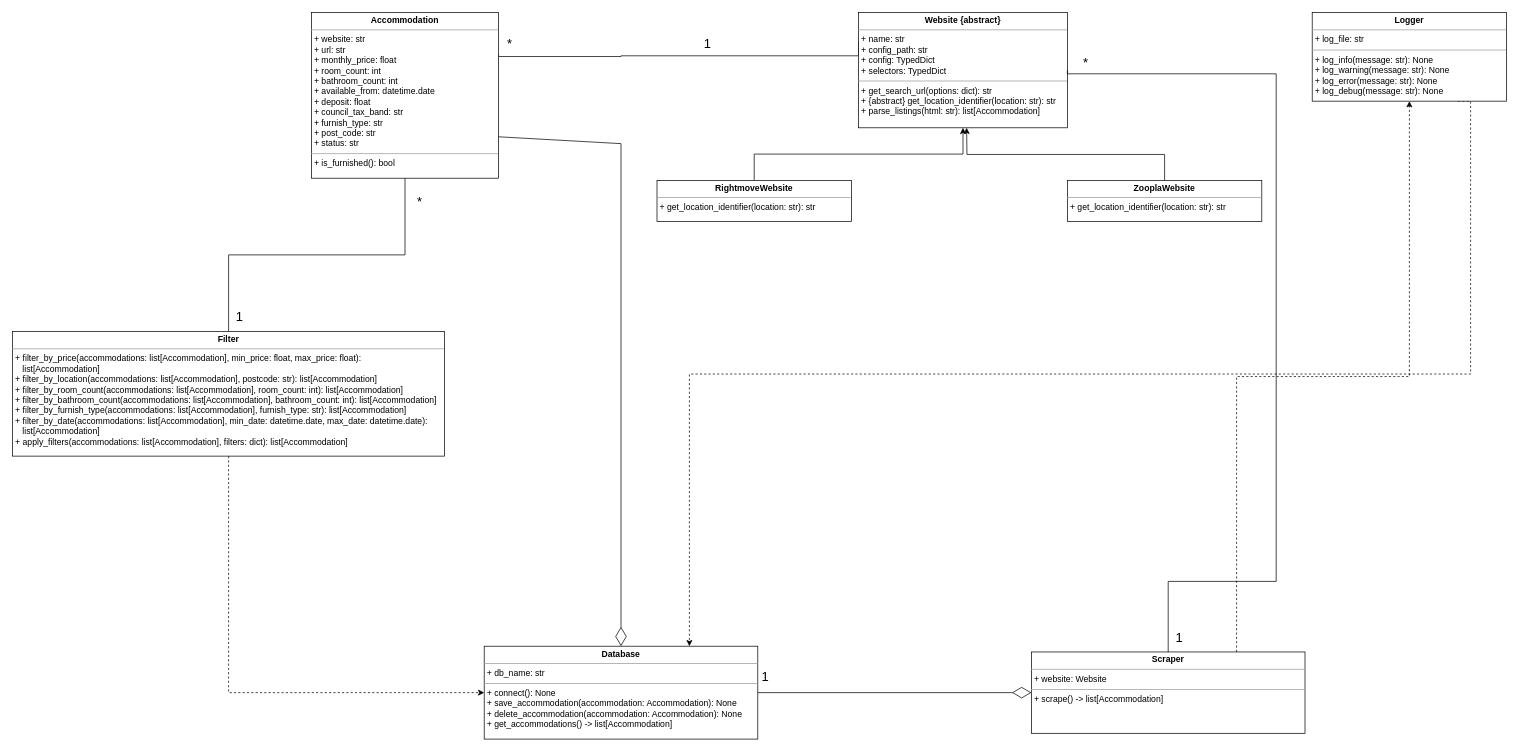
This is UML Diagram.drawio from Adam-Calleja/rightmove_web_scraper, a draw.io file, before an edit. Source tidied: cells renumbered, new cells numbered last; positions are measured from the earlier drawing's top-left corner, leaving out a move shared by most shapes. Both pictures are drawn from the tidied source at 72%, with x=0, y=0 at pixel (12, 12).
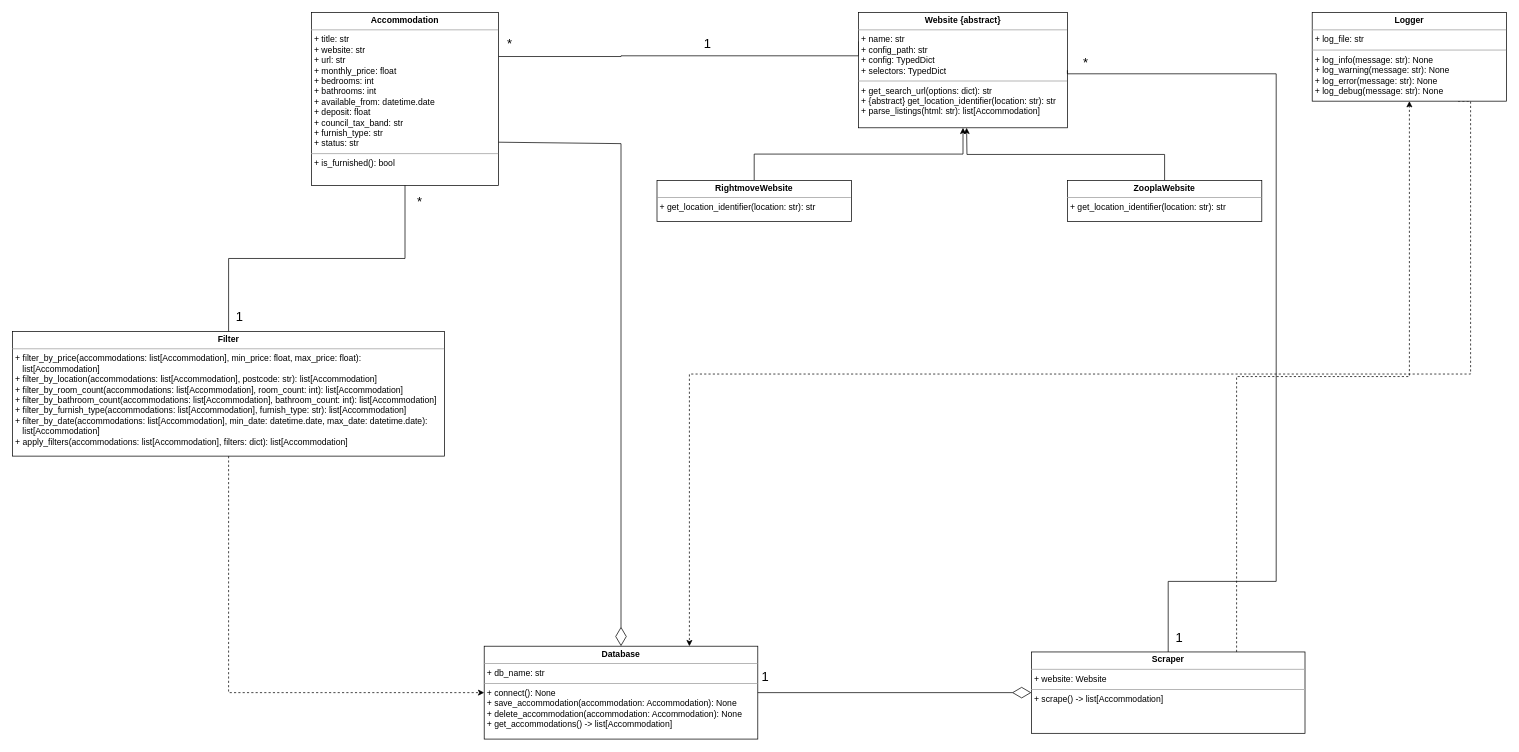
Above is the later version.

Commit message:
Modify Accommodation class design

Modified the desired attributes for the Accommodation class:
	- Added the 'title' attribute, which will contain the
	  title of the accommodation listing (most likely the
	  address).
	- Renamed the 'bedroom_count' attribute to 'bedrooms'.
	- Renamed the 'bathroom_count' attribute to 'bathrooms'.
	- Removed the 'post_code' attribute, since websties do
	  not usually give the exact postcode (but rather the
	  street name).

What changed in the source:
```diff
@@
-    <mxCell id="3" value="&lt;p style=&quot;margin:0px;margin-top:4px;text-align:center;&quot;&gt;&lt;b&gt;Accommodation&lt;/b&gt;&lt;/p&gt;&lt;hr size=&quot;1&quot;&gt;&lt;p style=&quot;margin:0px;margin-left:4px;&quot;&gt;+ website: str&lt;/p&gt;&lt;p style=&quot;margin:0px;margin-left:4px;&quot;&gt;+ url: str&lt;/p&gt;&lt;p style=&quot;margin:0px;margin-left:4px;&quot;&gt;+ monthly_price: float&lt;br&gt;&lt;/p&gt;&lt;p style=&quot;margin:0px;margin-left:4px;&quot;&gt;+ room_count: int&lt;/p&gt;&lt;p style=&quot;margin:0px;margin-left:4px;&quot;&gt;+ bathroom_count: int&lt;/p&gt;&lt;p style=&quot;margin:0px;margin-left:4px;&quot;&gt;+ available_from: datetime.date&lt;/p&gt;&lt;p style=&quot;margin:0px;margin-left:4px;&quot;&gt;+ deposit: float&lt;/p&gt;&lt;p style=&quot;margin:0px;margin-left:4px;&quot;&gt;+ council_tax_band: str&lt;/p&gt;&lt;p style=&quot;margin:0px;margin-left:4px;&quot;&gt;+ furnish_type: str&lt;/p&gt;&lt;p style=&quot;margin:0px;margin-left:4px;&quot;&gt;+ post_code: str&lt;/p&gt;&lt;p style=&quot;margin:0px;margin-left:4px;&quot;&gt;+ status: str&lt;/p&gt;&lt;hr size=&quot;1&quot;&gt;&lt;p style=&quot;margin:0px;margin-left:4px;&quot;&gt;&lt;span style=&quot;background-color: transparent; color: light-dark(rgb(0, 0, 0), rgb(255, 255, 255));&quot;&gt;+ is_furnished(): bool&lt;/span&gt;&lt;/p&gt;" style="verticalAlign=top;align=left;overflow=fill;fontSize=12;fontFamily=Helvetica;html=1;rounded=0;shadow=0;comic=0;labelBackgroundColor=none;strokeWidth=1;" parent="1" vertex="1">
-      <mxGeometry x="415" width="260" height="230" as="geometry" />
+    <mxCell id="3" value="&lt;p style=&quot;margin:0px;margin-top:4px;text-align:center;&quot;&gt;&lt;b&gt;Accommodation&lt;/b&gt;&lt;/p&gt;&lt;hr size=&quot;1&quot;&gt;&lt;p style=&quot;margin:0px;margin-left:4px;&quot;&gt;+ title: str&lt;/p&gt;&lt;p style=&quot;margin:0px;margin-left:4px;&quot;&gt;+ website: str&lt;/p&gt;&lt;p style=&quot;margin:0px;margin-left:4px;&quot;&gt;+ url: str&lt;/p&gt;&lt;p style=&quot;margin:0px;margin-left:4px;&quot;&gt;+ monthly_price: float&lt;br&gt;&lt;/p&gt;&lt;p style=&quot;margin:0px;margin-left:4px;&quot;&gt;+ bedrooms: int&lt;/p&gt;&lt;p style=&quot;margin:0px;margin-left:4px;&quot;&gt;+ bathrooms: int&lt;/p&gt;&lt;p style=&quot;margin:0px;margin-left:4px;&quot;&gt;+ available_from: datetime.date&lt;/p&gt;&lt;p style=&quot;margin:0px;margin-left:4px;&quot;&gt;+ deposit: float&lt;/p&gt;&lt;p style=&quot;margin:0px;margin-left:4px;&quot;&gt;+ council_tax_band: str&lt;/p&gt;&lt;p style=&quot;margin:0px;margin-left:4px;&quot;&gt;+ furnish_type: str&lt;/p&gt;&lt;p style=&quot;margin:0px;margin-left:4px;&quot;&gt;+ status: str&lt;/p&gt;&lt;hr size=&quot;1&quot;&gt;&lt;p style=&quot;margin:0px;margin-left:4px;&quot;&gt;&lt;span style=&quot;background-color: transparent; color: light-dark(rgb(0, 0, 0), rgb(255, 255, 255));&quot;&gt;+ is_furnished(): bool&lt;/span&gt;&lt;/p&gt;" style="verticalAlign=top;align=left;overflow=fill;fontSize=12;fontFamily=Helvetica;html=1;rounded=0;shadow=0;comic=0;labelBackgroundColor=none;strokeWidth=1;" parent="1" vertex="1">
+      <mxGeometry x="415" width="260" height="240" as="geometry" />
     </mxCell>
```
